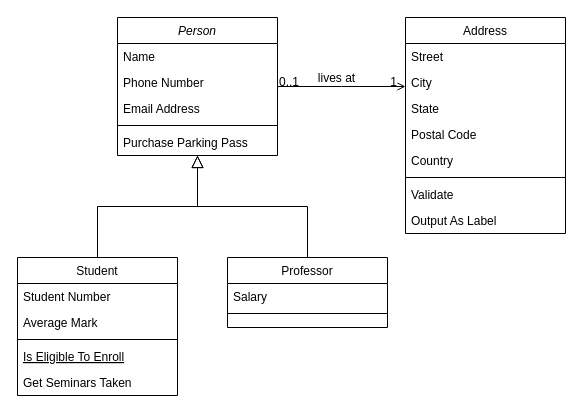
Before: uml.drawio in tippetry/extras, a draw.io diagram. Source tidied: cells renumbered, new cells numbered last; positions are measured from the earlier drawing's top-left corner, leaving out a move shared by most shapes. Both pictures are drawn from the tidied source at 100%, with x=0, y=0 at pixel (17, 17).
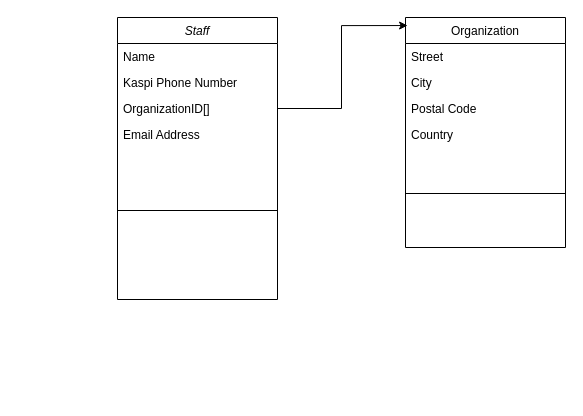
Above is the later version.

What changed in the source:
```diff
@@
-    <mxCell id="2" value="Person" style="swimlane;fontStyle=2;align=center;verticalAlign=top;horizontal=1;startSize=26;rounded=0;shadow=0;strokeWidth=1;" parent="1" vertex="1">
-      <mxGeometry x="100" width="160" height="138" as="geometry" />
+    <mxCell id="2" value="Staff" style="swimlane;fontStyle=2;align=center;verticalAlign=top;horizontal=1;startSize=26;rounded=0;shadow=0;strokeWidth=1;" parent="1" vertex="1">
+      <mxGeometry x="100" width="160" height="282" as="geometry" />
     </mxCell>
@@
-    <mxCell id="4" value="Phone Number" style="text;align=left;verticalAlign=top;spacingLeft=4;spacingRight=4;overflow=hidden;rounded=0;shadow=0;html=0;" parent="2" vertex="1">
+    <mxCell id="4" value="Kaspi Phone Number" style="text;align=left;verticalAlign=top;spacingLeft=4;spacingRight=4;overflow=hidden;rounded=0;shadow=0;html=0;" parent="2" vertex="1">
       <mxGeometry y="52" width="160" height="26" as="geometry" />
     </mxCell>
-    <mxCell id="5" value="Email Address" style="text;align=left;verticalAlign=top;spacingLeft=4;spacingRight=4;overflow=hidden;points=[[0,0.5],[1,0.5]];portConstraint=eastwest;rounded=0;shadow=0;html=0;" parent="2" vertex="1">
+    <mxCell id="5" value="OrganizationID[]" style="text;align=left;verticalAlign=top;spacingLeft=4;spacingRight=4;overflow=hidden;points=[[0,0.5],[1,0.5]];portConstraint=eastwest;rounded=0;shadow=0;html=0;" parent="2" vertex="1">
       <mxGeometry y="78" width="160" height="26" as="geometry" />
     </mxCell>
+    <mxCell id="32" value="Email Address" style="text;align=left;verticalAlign=top;spacingLeft=4;spacingRight=4;overflow=hidden;rounded=0;shadow=0;html=0;" parent="2" vertex="1">
+      <mxGeometry y="104" width="160" height="26" as="geometry" />
+    </mxCell>
     <mxCell id="6" style="line;html=1;strokeWidth=1;align=left;verticalAlign=middle;spacingTop=-1;spacingLeft=3;spacingRight=3;labelPosition=right;" parent="2" vertex="1">
-      <mxGeometry y="104" width="160" height="8" as="geometry" />
+      <mxGeometry y="130" width="160" height="126" as="geometry" />
     </mxCell>
-    <mxCell id="7" value="Purchase Parking Pass" style="text;align=left;verticalAlign=top;spacingLeft=4;spacingRight=4;overflow=hidden;" parent="2" vertex="1">
-      <mxGeometry y="112" width="160" height="26" as="geometry" />
-    </mxCell>
-    <mxCell id="8" value="Student" style="swimlane;fontStyle=0;align=center;verticalAlign=top;horizontal=1;startSize=26;rounded=0;shadow=0;strokeWidth=1;" parent="1" vertex="1">
-      <mxGeometry y="240" width="160" height="138" as="geometry" />
-    </mxCell>
-    <mxCell id="9" value="Student Number" style="text;align=left;verticalAlign=top;spacingLeft=4;spacingRight=4;overflow=hidden;" parent="8" vertex="1">
-      <mxGeometry y="26" width="160" height="26" as="geometry" />
-    </mxCell>
-    <mxCell id="10" value="Average Mark" style="text;align=left;verticalAlign=top;spacingLeft=4;spacingRight=4;overflow=hidden;rounded=0;shadow=0;html=0;" parent="8" vertex="1">
-      <mxGeometry y="52" width="160" height="26" as="geometry" />
-    </mxCell>
-    <mxCell id="11" style="line;html=1;strokeWidth=1;align=left;verticalAlign=middle;spacingTop=-1;spacingLeft=3;spacingRight=3;labelPosition=right;" parent="8" vertex="1">
-      <mxGeometry y="78" width="160" height="8" as="geometry" />
-    </mxCell>
-    <mxCell id="12" value="Is Eligible To Enroll" style="text;align=left;verticalAlign=top;spacingLeft=4;spacingRight=4;overflow=hidden;fontStyle=4;" parent="8" vertex="1">
-      <mxGeometry y="86" width="160" height="26" as="geometry" />
-    </mxCell>
-    <mxCell id="13" value="Get Seminars Taken" style="text;align=left;verticalAlign=top;spacingLeft=4;spacingRight=4;overflow=hidden;" parent="8" vertex="1">
-      <mxGeometry y="112" width="160" height="26" as="geometry" />
-    </mxCell>
-    <mxCell id="14" style="endArrow=block;endSize=10;endFill=0;shadow=0;strokeWidth=1;rounded=0;edgeStyle=elbowEdgeStyle;elbow=vertical;" parent="1" edge="1" source="8" target="2">
-      <mxGeometry relative="1" as="geometry" />
-    </mxCell>
-    <mxCell id="15" value="Professor" style="swimlane;fontStyle=0;align=center;verticalAlign=top;horizontal=1;startSize=26;rounded=0;shadow=0;strokeWidth=1;" parent="1" vertex="1">
-      <mxGeometry x="210" y="240" width="160" height="70" as="geometry" />
-    </mxCell>
-    <mxCell id="16" value="Salary" style="text;align=left;verticalAlign=top;spacingLeft=4;spacingRight=4;overflow=hidden;" parent="15" vertex="1">
-      <mxGeometry y="26" width="160" height="26" as="geometry" />
-    </mxCell>
-    <mxCell id="17" style="line;html=1;strokeWidth=1;align=left;verticalAlign=middle;spacingTop=-1;spacingLeft=3;spacingRight=3;labelPosition=right;" parent="15" vertex="1">
-      <mxGeometry y="52" width="160" height="8" as="geometry" />
-    </mxCell>
-    <mxCell id="18" style="endArrow=block;endSize=10;endFill=0;shadow=0;strokeWidth=1;rounded=0;edgeStyle=elbowEdgeStyle;elbow=vertical;" parent="1" edge="1" source="15" target="2">
-      <mxGeometry relative="1" as="geometry" />
-    </mxCell>
-    <mxCell id="19" value="Address" style="swimlane;fontStyle=0;align=center;verticalAlign=top;horizontal=1;startSize=26;rounded=0;shadow=0;strokeWidth=1;" parent="1" vertex="1">
-      <mxGeometry x="388" width="160" height="216" as="geometry" />
+    <mxCell id="19" value="Organization" style="swimlane;fontStyle=0;align=center;verticalAlign=top;horizontal=1;startSize=26;rounded=0;shadow=0;strokeWidth=1;" parent="1" vertex="1">
+      <mxGeometry x="388" width="160" height="230" as="geometry" />
     </mxCell>
@@
-    <mxCell id="22" value="State" style="text;align=left;verticalAlign=top;spacingLeft=4;spacingRight=4;overflow=hidden;rounded=0;shadow=0;html=0;" parent="19" vertex="1">
-      <mxGeometry y="78" width="160" height="26" as="geometry" />
-    </mxCell>
     <mxCell id="23" value="Postal Code" style="text;align=left;verticalAlign=top;spacingLeft=4;spacingRight=4;overflow=hidden;rounded=0;shadow=0;html=0;" parent="19" vertex="1">
-      <mxGeometry y="104" width="160" height="26" as="geometry" />
+      <mxGeometry y="78" width="160" height="26" as="geometry" />
     </mxCell>
     <mxCell id="24" value="Country" style="text;align=left;verticalAlign=top;spacingLeft=4;spacingRight=4;overflow=hidden;rounded=0;shadow=0;html=0;" parent="19" vertex="1">
-      <mxGeometry y="130" width="160" height="26" as="geometry" />
+      <mxGeometry y="104" width="160" height="26" as="geometry" />
     </mxCell>
     <mxCell id="25" style="line;html=1;strokeWidth=1;align=left;verticalAlign=middle;spacingTop=-1;spacingLeft=3;spacingRight=3;labelPosition=right;" parent="19" vertex="1">
-      <mxGeometry y="156" width="160" height="8" as="geometry" />
+      <mxGeometry y="130" width="160" height="92" as="geometry" />
     </mxCell>
-    <mxCell id="26" value="Validate" style="text;align=left;verticalAlign=top;spacingLeft=4;spacingRight=4;overflow=hidden;" parent="19" vertex="1">
-      <mxGeometry y="164" width="160" height="26" as="geometry" />
-    </mxCell>
-    <mxCell id="27" value="Output As Label" style="text;align=left;verticalAlign=top;spacingLeft=4;spacingRight=4;overflow=hidden;" parent="19" vertex="1">
-      <mxGeometry y="190" width="160" height="26" as="geometry" />
-    </mxCell>
-    <mxCell id="28" style="endArrow=open;shadow=0;strokeWidth=1;rounded=0;endFill=1;edgeStyle=elbowEdgeStyle;elbow=vertical;" parent="1" edge="1" source="2" target="19">
-      <mxGeometry x="0.5" y="41" relative="1" as="geometry">
-        <mxPoint x="-40" y="32" as="offset" />
-      </mxGeometry>
-    </mxCell>
-    <mxCell id="29" value="0..1" style="align=left;verticalAlign=bottom;labelBackgroundColor=none;fontSize=12;" parent="28" vertex="1">
-      <mxGeometry x="-1" relative="1" as="geometry">
-        <mxPoint y="4" as="offset" />
-      </mxGeometry>
-    </mxCell>
-    <mxCell id="30" value="1" style="align=right;verticalAlign=bottom;labelBackgroundColor=none;fontSize=12;" parent="28" vertex="1">
-      <mxGeometry x="1" relative="1" as="geometry">
-        <mxPoint x="-7" y="4" as="offset" />
-      </mxGeometry>
-    </mxCell>
-    <mxCell id="31" value="lives at" style="text;html=1;align=center;verticalAlign=middle;labelBackgroundColor=none;rounded=0;shadow=0;strokeWidth=1;fontSize=12;" parent="28" vertex="1">
-      <mxGeometry x="0.5" y="49" relative="1" as="geometry">
-        <mxPoint x="-38" y="40" as="offset" />
-      </mxGeometry>
-    </mxCell>
+    <mxCell id="33" style="edgeStyle=orthogonalEdgeStyle;rounded=0;jettySize=auto;html=1;entryX=0.013;entryY=0.035;entryDx=0;entryDy=0;entryPerimeter=0;" parent="1" edge="1" source="5" target="19">
+      <mxGeometry relative="1" as="geometry" />
+    </mxCell>
```
